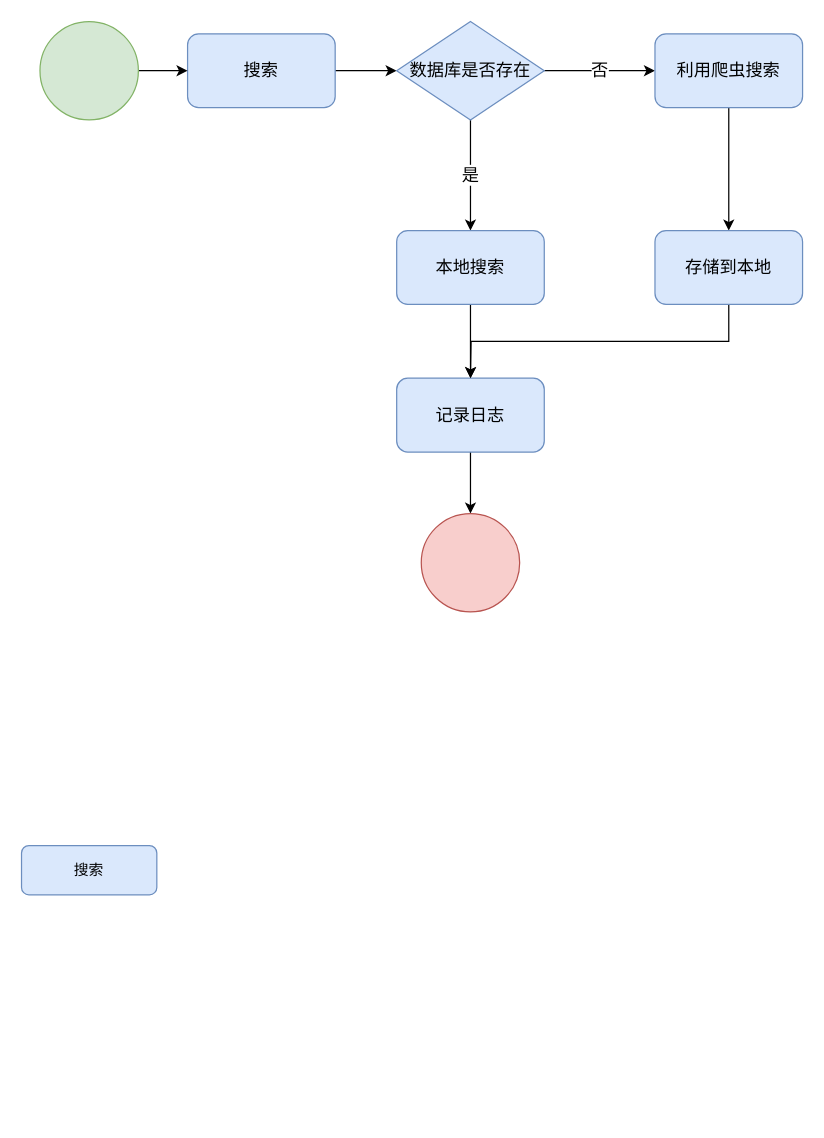
Above: 垃圾分类.drawio in redcomet88/DRAW (draw.io), before the change. Source tidied: cells renumbered, new cells numbered last; positions are measured from the earlier drawing's top-left corner, leaving out a move shared by most shapes. Both pictures are drawn from the tidied source at 123%, with x=0, y=0 at pixel (21, 21).
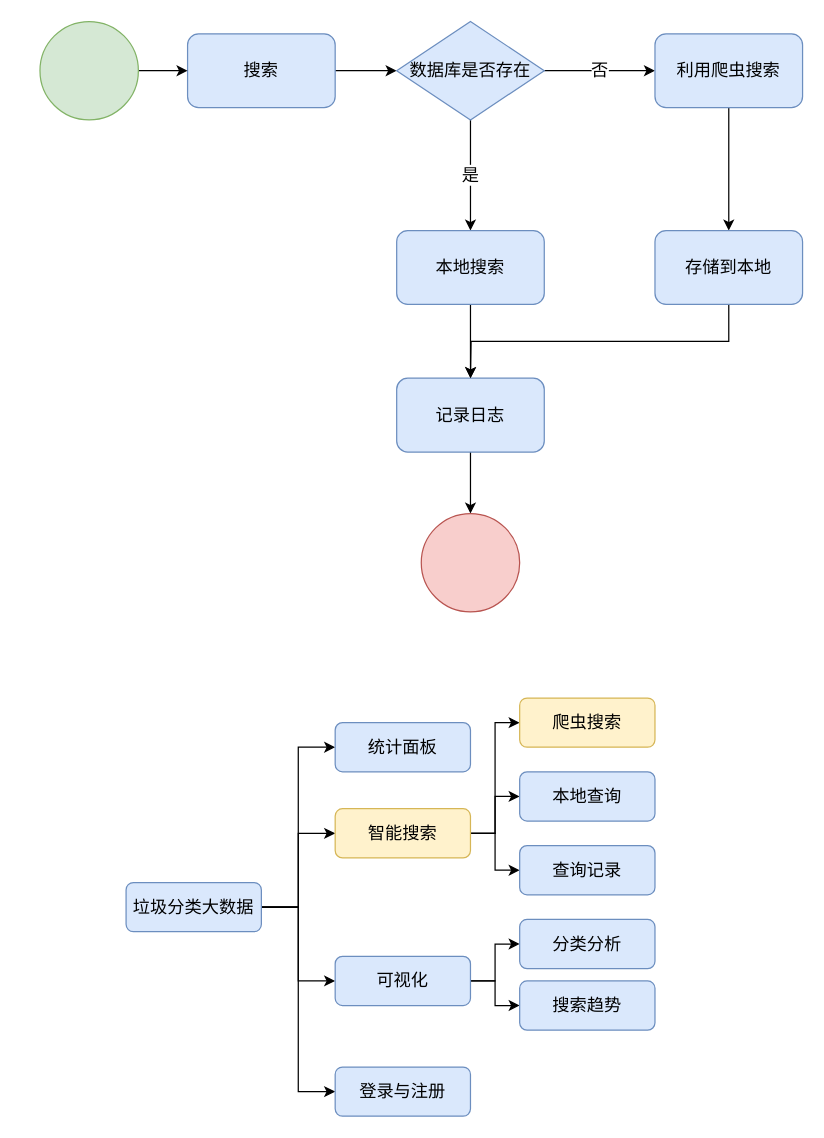
After the change.

Diff of the diagram source:
```diff
@@
+    <mxCell id="19" style="edgeStyle=orthogonalEdgeStyle;rounded=0;jettySize=auto;html=1;exitX=1;exitY=0.5;exitDx=0;exitDy=0;entryX=0;entryY=0.5;entryDx=0;entryDy=0;fontSize=14;" parent="1" edge="1" source="18" target="26">
+      <mxGeometry relative="1" as="geometry" />
+    </mxCell>
+    <mxCell id="20" style="edgeStyle=orthogonalEdgeStyle;rounded=0;jettySize=auto;html=1;exitX=1;exitY=0.5;exitDx=0;exitDy=0;entryX=0;entryY=0.5;entryDx=0;entryDy=0;fontSize=14;" parent="1" edge="1" source="18" target="29">
+      <mxGeometry relative="1" as="geometry" />
+    </mxCell>
+    <mxCell id="21" style="edgeStyle=orthogonalEdgeStyle;rounded=0;jettySize=auto;html=1;exitX=1;exitY=0.5;exitDx=0;exitDy=0;entryX=0;entryY=0.5;entryDx=0;entryDy=0;fontSize=14;" parent="1" edge="1" source="18" target="33">
+      <mxGeometry relative="1" as="geometry" />
+    </mxCell>
+    <mxCell id="22" style="edgeStyle=orthogonalEdgeStyle;rounded=0;jettySize=auto;html=1;exitX=1;exitY=0.5;exitDx=0;exitDy=0;entryX=0;entryY=0.5;entryDx=0;entryDy=0;fontSize=14;" parent="1" edge="1" source="18" target="36">
+      <mxGeometry relative="1" as="geometry" />
+    </mxCell>
-    <mxCell id="18" value="搜索" style="rounded=1;whiteSpace=wrap;html=1;fillColor=#dae8fc;strokeColor=#6c8ebf;" parent="1" vertex="1">
-      <mxGeometry y="670" width="110" height="40" as="geometry" />
+    <mxCell id="18" value="垃圾分类大数据" style="rounded=1;whiteSpace=wrap;html=1;fillColor=#dae8fc;strokeColor=#6c8ebf;fontSize=14;" parent="1" vertex="1">
+      <mxGeometry x="85" y="700" width="110" height="40" as="geometry" />
     </mxCell>
+    <mxCell id="23" style="edgeStyle=orthogonalEdgeStyle;rounded=0;jettySize=auto;html=1;exitX=1;exitY=0.5;exitDx=0;exitDy=0;entryX=0;entryY=0.5;entryDx=0;entryDy=0;fontSize=14;" parent="1" edge="1" source="26" target="30">
+      <mxGeometry relative="1" as="geometry" />
+    </mxCell>
+    <mxCell id="24" style="edgeStyle=orthogonalEdgeStyle;rounded=0;jettySize=auto;html=1;exitX=1;exitY=0.5;exitDx=0;exitDy=0;entryX=0;entryY=0.5;entryDx=0;entryDy=0;fontSize=14;" parent="1" edge="1" source="26" target="31">
+      <mxGeometry relative="1" as="geometry" />
+    </mxCell>
+    <mxCell id="25" style="edgeStyle=orthogonalEdgeStyle;rounded=0;jettySize=auto;html=1;exitX=1;exitY=0.5;exitDx=0;exitDy=0;entryX=0;entryY=0.5;entryDx=0;entryDy=0;fontSize=14;" parent="1" edge="1" source="26" target="32">
+      <mxGeometry relative="1" as="geometry" />
+    </mxCell>
+    <mxCell id="26" value="智能搜索" style="rounded=1;whiteSpace=wrap;html=1;fillColor=#fff2cc;strokeColor=#d6b656;fontSize=14;" parent="1" vertex="1">
+      <mxGeometry x="255" y="640" width="110" height="40" as="geometry" />
+    </mxCell>
+    <mxCell id="27" style="edgeStyle=orthogonalEdgeStyle;rounded=0;jettySize=auto;html=1;exitX=1;exitY=0.5;exitDx=0;exitDy=0;entryX=0;entryY=0.5;entryDx=0;entryDy=0;fontSize=14;" parent="1" edge="1" source="29" target="34">
+      <mxGeometry relative="1" as="geometry" />
+    </mxCell>
+    <mxCell id="28" style="edgeStyle=orthogonalEdgeStyle;rounded=0;jettySize=auto;html=1;exitX=1;exitY=0.5;exitDx=0;exitDy=0;entryX=0;entryY=0.5;entryDx=0;entryDy=0;fontSize=14;" parent="1" edge="1" source="29" target="35">
+      <mxGeometry relative="1" as="geometry" />
+    </mxCell>
+    <mxCell id="29" value="可视化" style="rounded=1;whiteSpace=wrap;html=1;fillColor=#dae8fc;strokeColor=#6c8ebf;fontSize=14;" parent="1" vertex="1">
+      <mxGeometry x="255" y="760" width="110" height="40" as="geometry" />
+    </mxCell>
+    <mxCell id="30" value="爬虫搜索" style="rounded=1;whiteSpace=wrap;html=1;fillColor=#fff2cc;strokeColor=#d6b656;fontSize=14;" parent="1" vertex="1">
+      <mxGeometry x="405" y="550" width="110" height="40" as="geometry" />
+    </mxCell>
+    <mxCell id="31" value="本地查询" style="rounded=1;whiteSpace=wrap;html=1;fillColor=#dae8fc;strokeColor=#6c8ebf;fontSize=14;" parent="1" vertex="1">
+      <mxGeometry x="405" y="610" width="110" height="40" as="geometry" />
+    </mxCell>
+    <mxCell id="32" value="查询记录" style="rounded=1;whiteSpace=wrap;html=1;fillColor=#dae8fc;strokeColor=#6c8ebf;fontSize=14;" parent="1" vertex="1">
+      <mxGeometry x="405" y="670" width="110" height="40" as="geometry" />
+    </mxCell>
+    <mxCell id="33" value="登录与注册" style="rounded=1;whiteSpace=wrap;html=1;fillColor=#dae8fc;strokeColor=#6c8ebf;fontSize=14;" parent="1" vertex="1">
+      <mxGeometry x="255" y="850" width="110" height="40" as="geometry" />
+    </mxCell>
+    <mxCell id="34" value="分类分析" style="rounded=1;whiteSpace=wrap;html=1;fillColor=#dae8fc;strokeColor=#6c8ebf;fontSize=14;" parent="1" vertex="1">
+      <mxGeometry x="405" y="730" width="110" height="40" as="geometry" />
+    </mxCell>
+    <mxCell id="35" value="搜索趋势" style="rounded=1;whiteSpace=wrap;html=1;fillColor=#dae8fc;strokeColor=#6c8ebf;fontSize=14;" parent="1" vertex="1">
+      <mxGeometry x="405" y="780" width="110" height="40" as="geometry" />
+    </mxCell>
+    <mxCell id="36" value="统计面板" style="rounded=1;whiteSpace=wrap;html=1;fillColor=#dae8fc;strokeColor=#6c8ebf;fontSize=14;" parent="1" vertex="1">
+      <mxGeometry x="255" y="570" width="110" height="40" as="geometry" />
+    </mxCell>
```
